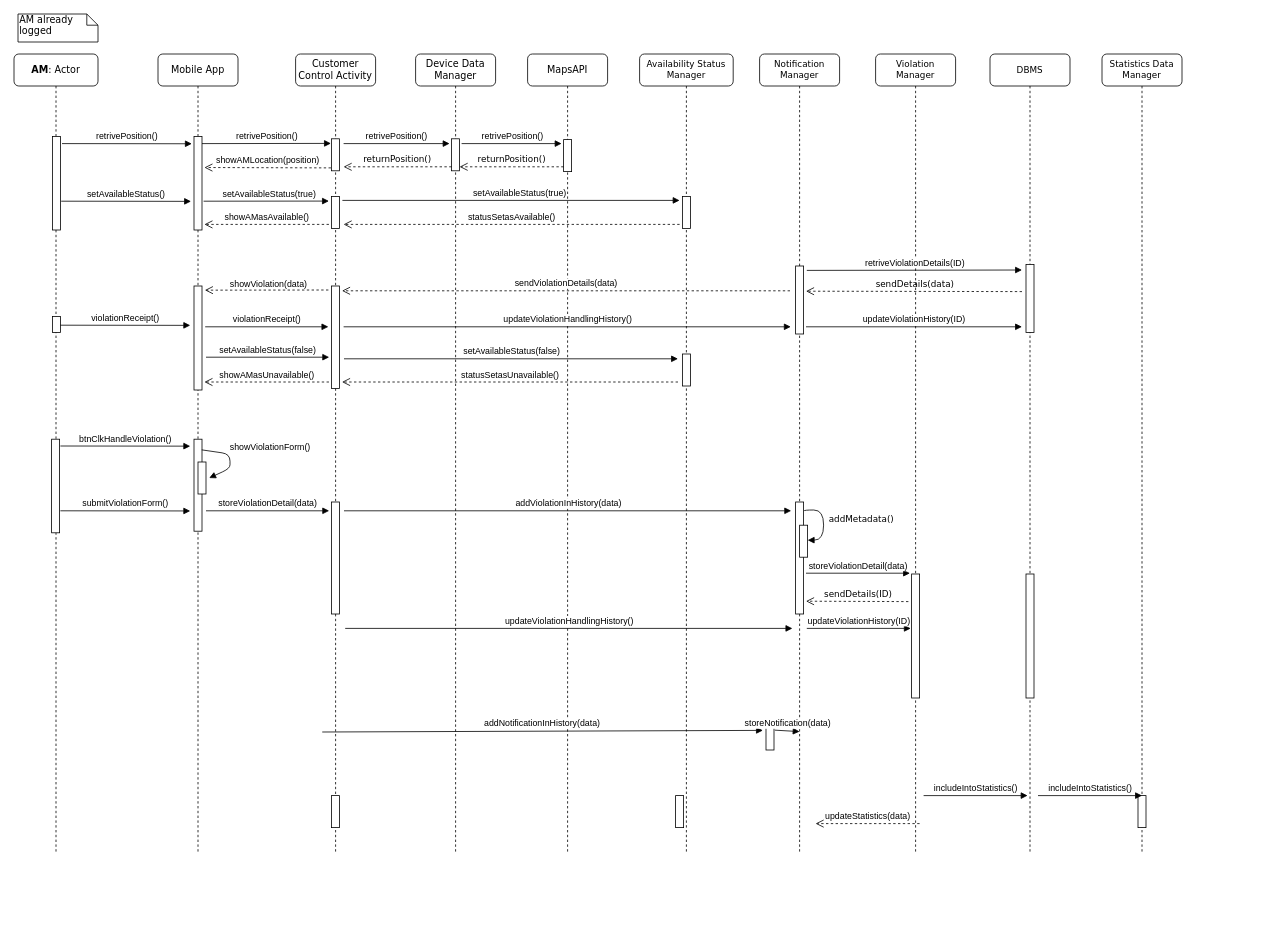
Before: authorityMemberReceiveNotification.drawio in valearm/SafeStreets-Project-SE2, a draw.io diagram. Source tidied: cells renumbered, new cells numbered last; positions are measured from the earlier drawing's top-left corner, leaving out a move shared by most shapes. Both pictures are drawn from the tidied source at 80%, with x=0, y=0 at pixel (14, 14).
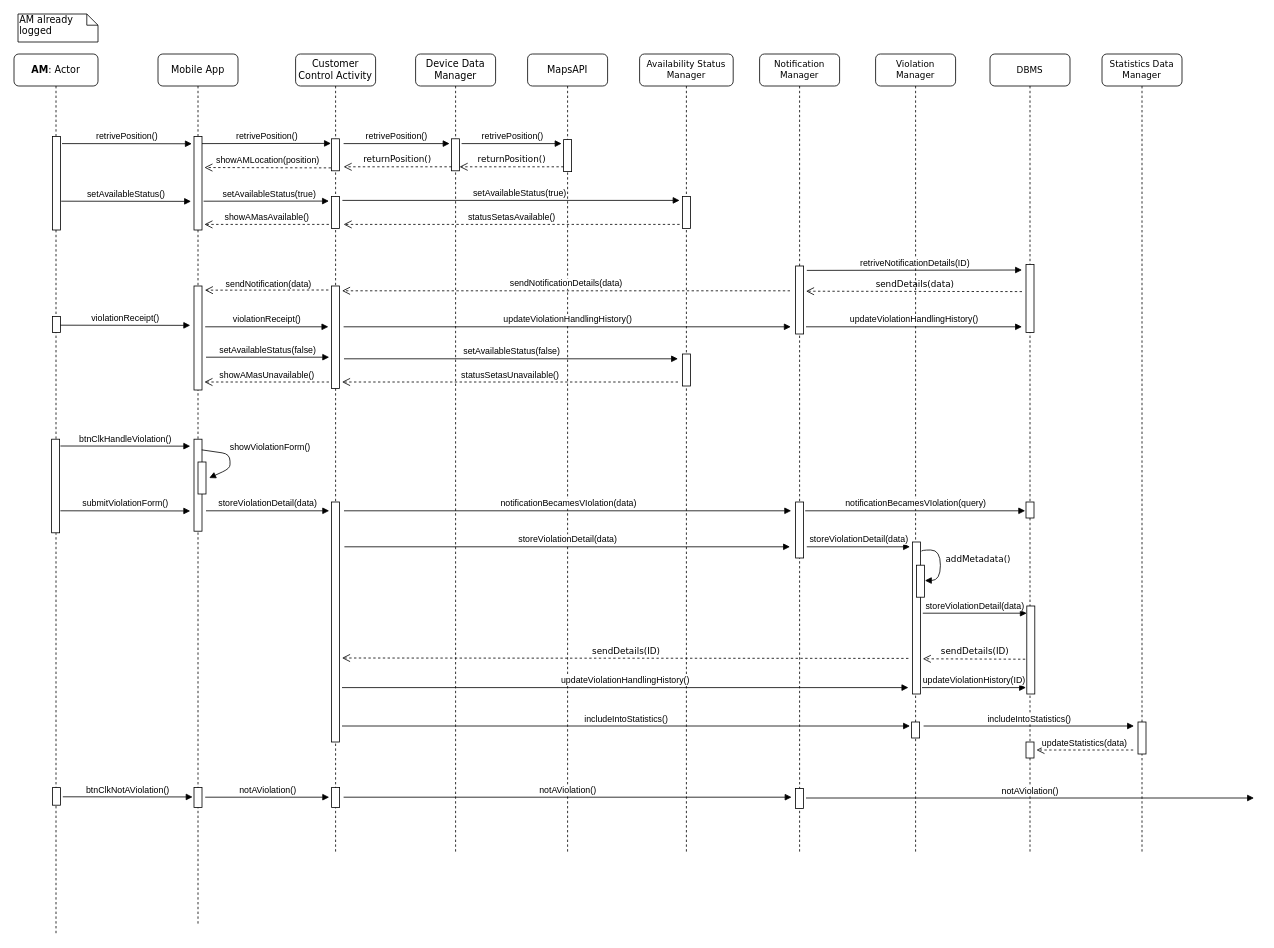
The same diagram, later.

Unchanged cells that the change refers to:
```xml
<mxCell id="2" value="Violation Manager" style="shape=umlLifeline;perimeter=lifelinePerimeter;whiteSpace=wrap;html=1;rounded=1;shadow=0;comic=0;labelBackgroundColor=none;strokeWidth=1;fontFamily=Verdana;fontSize=11;align=center;" parent="1" vertex="1">
  <mxGeometry x="1077" y="50" width="100" height="1000" as="geometry" />
</mxCell>
<mxCell id="14" value="Notification Manager" style="shape=umlLifeline;perimeter=lifelinePerimeter;whiteSpace=wrap;html=1;rounded=1;shadow=0;comic=0;labelBackgroundColor=none;strokeWidth=1;fontFamily=Verdana;fontSize=11;align=center;" parent="1" vertex="1">
  <mxGeometry x="932" y="50" width="100" height="1000" as="geometry" />
</mxCell>
<mxCell id="29" value="Statistics Data Manager" style="shape=umlLifeline;perimeter=lifelinePerimeter;whiteSpace=wrap;html=1;rounded=1;shadow=0;comic=0;labelBackgroundColor=none;strokeWidth=1;fontFamily=Verdana;fontSize=11;align=center;" parent="1" vertex="1">
  <mxGeometry x="1360" y="50" width="100" height="1000" as="geometry" />
</mxCell>
<mxCell id="34" value="Availability Status Manager " style="shape=umlLifeline;perimeter=lifelinePerimeter;whiteSpace=wrap;html=1;rounded=1;shadow=0;comic=0;labelBackgroundColor=none;strokeWidth=1;fontFamily=Verdana;fontSize=11;align=center;" parent="1" vertex="1">
  <mxGeometry x="782" y="50" width="117" height="1000" as="geometry" />
</mxCell>
<mxCell id="38" value="Customer Control Activity" style="shape=umlLifeline;perimeter=lifelinePerimeter;whiteSpace=wrap;html=1;rounded=1;shadow=0;comic=0;labelBackgroundColor=none;strokeWidth=1;fontFamily=Verdana;fontSize=12;align=center;size=40;" parent="1" vertex="1">
  <mxGeometry x="352" y="50" width="100" height="1000" as="geometry" />
</mxCell>
<mxCell id="72" value="DBMS" style="shape=umlLifeline;perimeter=lifelinePerimeter;whiteSpace=wrap;html=1;rounded=1;shadow=0;comic=0;labelBackgroundColor=none;strokeWidth=1;fontFamily=Verdana;fontSize=11;align=center;" parent="1" vertex="1">
  <mxGeometry x="1220" y="50" width="100" height="1000" as="geometry" />
</mxCell>
```

The edit, as a diff of the source:
```diff
@@
     <mxCell id="3" style="html=1;perimeter=orthogonalPerimeter;rounded=0;shadow=0;comic=0;labelBackgroundColor=none;strokeColor=#000000;strokeWidth=1;fillColor=#FFFFFF;fontFamily=Verdana;fontSize=11;fontColor=#000000;align=center;" parent="2" vertex="1">
-      <mxGeometry x="45" y="650" width="10" height="155" as="geometry" />
+      <mxGeometry x="46" y="610" width="10" height="190" as="geometry" />
     </mxCell>
-    <mxCell id="4" value="includeIntoStatistics()" style="html=1;verticalAlign=bottom;endArrow=block;fontSize=11;" parent="2" edge="1">
-      <mxGeometry relative="1" as="geometry">
-        <mxPoint x="60" y="927" as="sourcePoint" />
-        <mxPoint x="190" y="927" as="targetPoint" />
-      </mxGeometry>
-    </mxCell>
     <mxCell id="5" value="Mobile App" style="shape=umlLifeline;perimeter=lifelinePerimeter;whiteSpace=wrap;html=1;rounded=1;shadow=0;comic=0;labelBackgroundColor=none;strokeWidth=1;fontFamily=Verdana;fontSize=12;align=center;" parent="1" vertex="1">
-      <mxGeometry x="180" y="50" width="100" height="1000" as="geometry" />
+      <mxGeometry x="180" y="50" width="100" height="1090" as="geometry" />
     </mxCell>
@@
+    <mxCell id="78" style="html=1;perimeter=orthogonalPerimeter;rounded=0;shadow=0;comic=0;labelBackgroundColor=none;strokeWidth=1;fontFamily=Verdana;fontSize=11;align=center;direction=west;" parent="5" vertex="1">
+      <mxGeometry x="45" y="917" width="10" height="25" as="geometry" />
+    </mxCell>
@@
-    <mxCell id="15" style="html=1;points=[];perimeter=orthogonalPerimeter;rounded=0;shadow=0;comic=0;labelBackgroundColor=none;strokeColor=#000000;strokeWidth=1;fillColor=#FFFFFF;fontFamily=Verdana;fontSize=11;fontColor=#000000;align=center;" parent="14" vertex="1">
-      <mxGeometry x="8" y="840" width="10" height="30" as="geometry" />
-    </mxCell>
@@
     <mxCell id="17" style="html=1;perimeter=orthogonalPerimeter;rounded=0;shadow=0;comic=0;labelBackgroundColor=none;strokeWidth=1;fontFamily=Verdana;fontSize=11;align=center;" parent="14" vertex="1">
-      <mxGeometry x="45" y="560" width="10" height="140" as="geometry" />
+      <mxGeometry x="45" y="560" width="10" height="70" as="geometry" />
     </mxCell>
-    <mxCell id="18" style="html=1;perimeter=orthogonalPerimeter;rounded=0;shadow=0;comic=0;labelBackgroundColor=none;strokeWidth=1;fontFamily=Verdana;fontSize=11;align=center;" parent="14" vertex="1">
-      <mxGeometry x="50" y="589" width="10" height="40" as="geometry" />
-    </mxCell>
-    <mxCell id="19" value="addMetadata()" style="html=1;verticalAlign=bottom;endArrow=block;labelBackgroundColor=none;fontFamily=Verdana;fontSize=11;elbow=vertical;edgeStyle=orthogonalEdgeStyle;curved=1;entryX=1;entryY=0.286;entryPerimeter=0;exitX=1.038;exitY=0.345;exitPerimeter=0;" parent="14" edge="1">
-      <mxGeometry x="0.11" y="47" relative="1" as="geometry">
-        <mxPoint x="55.4" y="571.2" as="sourcePoint" />
-        <mxPoint x="60.1" y="607.7" as="targetPoint" />
-        <Array as="points">
-          <mxPoint x="80" y="570" />
-          <mxPoint x="80" y="608" />
-        </Array>
-      </mxGeometry>
-    </mxCell>
     <mxCell id="20" value="&lt;b&gt;AM&lt;/b&gt;: Actor" style="shape=umlLifeline;perimeter=lifelinePerimeter;whiteSpace=wrap;html=1;rounded=1;shadow=0;comic=0;labelBackgroundColor=none;strokeWidth=1;fontFamily=Verdana;fontSize=12;align=center;" parent="1" vertex="1">
-      <mxGeometry y="50" width="105" height="1000" as="geometry" />
+      <mxGeometry y="50" width="105" height="1100" as="geometry" />
     </mxCell>
@@
+    <mxCell id="79" style="html=1;perimeter=orthogonalPerimeter;rounded=0;shadow=0;comic=0;labelBackgroundColor=none;strokeWidth=1;fontFamily=Verdana;fontSize=11;align=center;" parent="20" vertex="1">
+      <mxGeometry x="48" y="917" width="10" height="22" as="geometry" />
+    </mxCell>
+    <mxCell id="80" value="btnClkNotAViolation()" style="html=1;verticalAlign=bottom;endArrow=block;entryX=-0.272;entryY=0.407;entryDx=0;entryDy=0;entryPerimeter=0;fontSize=11;" parent="20" edge="1">
+      <mxGeometry relative="1" as="geometry">
+        <mxPoint x="61" y="928.5" as="sourcePoint" />
+        <mxPoint x="223.3" y="928.7" as="targetPoint" />
+      </mxGeometry>
+    </mxCell>
@@
-    <mxCell id="30" style="html=1;perimeter=orthogonalPerimeter;rounded=0;shadow=0;comic=0;labelBackgroundColor=none;strokeWidth=1;fontFamily=Verdana;fontSize=11;align=center;" parent="29" vertex="1">
-      <mxGeometry x="45" y="927" width="10" height="40" as="geometry" />
-    </mxCell>
-    <mxCell id="31" value="addNotificationInHistory(data)" style="html=1;verticalAlign=bottom;endArrow=block;fontSize=11;exitX=1.033;exitY=0.149;exitDx=0;exitDy=0;exitPerimeter=0;entryX=-0.383;entryY=0.183;entryDx=0;entryDy=0;entryPerimeter=0;" parent="1" edge="1" target="15">
-      <mxGeometry relative="1" as="geometry">
-        <mxPoint x="385.3" y="897.5" as="sourcePoint" />
-      </mxGeometry>
-    </mxCell>
-    <mxCell id="32" value="storeNotification(data)" style="html=1;verticalAlign=bottom;endArrow=block;fontSize=11;exitX=1.1;exitY=0.173;exitDx=0;exitDy=0;exitPerimeter=0;" parent="1" edge="1" source="15">
-      <mxGeometry relative="1" as="geometry">
-        <mxPoint x="982" y="897" as="targetPoint" />
-      </mxGeometry>
-    </mxCell>
+    <mxCell id="81" style="html=1;perimeter=orthogonalPerimeter;rounded=0;shadow=0;comic=0;labelBackgroundColor=none;strokeWidth=1;fontFamily=Verdana;fontSize=11;align=center;" parent="29" vertex="1">
+      <mxGeometry x="45" y="835" width="10" height="40" as="geometry" />
+    </mxCell>
     <mxCell id="33" value="updateStatistics(data)" style="html=1;verticalAlign=bottom;endArrow=open;dashed=1;endSize=8;fontSize=11;" parent="1" edge="1">
       <mxGeometry relative="1" as="geometry">
-        <mxPoint x="1132" y="1012" as="sourcePoint" />
-        <mxPoint x="1002" y="1012" as="targetPoint" />
+        <mxPoint x="1399" y="920" as="sourcePoint" />
+        <mxPoint x="1278" y="920" as="targetPoint" />
       </mxGeometry>
     </mxCell>
@@
-    <mxCell id="35" style="html=1;perimeter=orthogonalPerimeter;rounded=0;shadow=0;comic=0;labelBackgroundColor=none;strokeWidth=1;fontFamily=Verdana;fontSize=11;align=center;" parent="34" vertex="1">
-      <mxGeometry x="45" y="927" width="10" height="40" as="geometry" />
-    </mxCell>
@@
-    <mxCell id="39" style="html=1;perimeter=orthogonalPerimeter;rounded=0;shadow=0;comic=0;labelBackgroundColor=none;strokeWidth=1;fontFamily=Verdana;fontSize=11;align=center;" parent="38" vertex="1">
-      <mxGeometry x="45" y="927" width="10" height="40" as="geometry" />
-    </mxCell>
@@
     <mxCell id="43" style="html=1;perimeter=orthogonalPerimeter;rounded=0;shadow=0;comic=0;labelBackgroundColor=none;strokeWidth=1;fontFamily=Verdana;fontSize=11;align=center;" parent="38" vertex="1">
-      <mxGeometry x="45" y="560" width="10" height="140" as="geometry" />
+      <mxGeometry x="45" y="560" width="10" height="300" as="geometry" />
     </mxCell>
@@
-    <mxCell id="49" value="sendViolationDetails(data)" style="html=1;verticalAlign=bottom;endArrow=open;dashed=1;endSize=8;entryX=1.5;entryY=0.8;entryDx=0;entryDy=0;entryPerimeter=0;fontSize=11;" parent="1" edge="1">
+    <mxCell id="49" value="sendNotificationDetails(data)" style="html=1;verticalAlign=bottom;endArrow=open;dashed=1;endSize=8;entryX=1.5;entryY=0.8;entryDx=0;entryDy=0;entryPerimeter=0;fontSize=11;" parent="1" edge="1">
       <mxGeometry relative="1" as="geometry">
         <mxPoint x="970" y="346" as="sourcePoint" />
         <mxPoint x="410" y="346" as="targetPoint" />
       </mxGeometry>
     </mxCell>
@@
-    <mxCell id="51" value="showViolation(data)" style="text;html=1;align=center;verticalAlign=middle;fontSize=11;" parent="1" vertex="1">
-      <mxGeometry x="263" y="328" width="110" height="20" as="geometry" />
+    <mxCell id="51" value="sendNotification(data)" style="text;html=1;align=center;verticalAlign=middle;fontSize=11;" parent="1" vertex="1">
+      <mxGeometry x="253" y="328" width="130" height="20" as="geometry" />
     </mxCell>
-    <mxCell id="52" value="retriveViolationDetails(ID)" style="html=1;verticalAlign=bottom;endArrow=block;fontSize=11;" parent="1" edge="1">
+    <mxCell id="52" value="retriveNotificationDetails(ID)" style="html=1;verticalAlign=bottom;endArrow=block;fontSize=11;" parent="1" edge="1">
       <mxGeometry relative="1" as="geometry">
         <mxPoint x="991" y="320.5" as="sourcePoint" />
         <mxPoint x="1260" y="320" as="targetPoint" />
       </mxGeometry>
     </mxCell>
@@
-    <mxCell id="67" value="&lt;div&gt;addViolationInHistory(data)&lt;/div&gt;" style="html=1;verticalAlign=bottom;endArrow=block;fontSize=11;" parent="1" edge="1">
+    <mxCell id="67" value="&lt;div&gt;notificationBecamesVIolation(data)&lt;/div&gt;" style="html=1;verticalAlign=bottom;endArrow=block;fontSize=11;" parent="1" edge="1">
       <mxGeometry relative="1" as="geometry">
         <mxPoint x="412.5" y="621" as="sourcePoint" />
         <mxPoint x="971.5" y="621" as="targetPoint" />
       </mxGeometry>
     </mxCell>
-    <mxCell id="68" value="storeViolationDetail(data)" style="html=1;verticalAlign=bottom;endArrow=block;fontSize=11;" parent="1" edge="1">
-      <mxGeometry relative="1" as="geometry">
-        <mxPoint x="990" y="699" as="sourcePoint" />
-        <mxPoint x="1120" y="699" as="targetPoint" />
-      </mxGeometry>
-    </mxCell>
     <mxCell id="69" value="updateViolationHandlingHistory()" style="html=1;verticalAlign=bottom;endArrow=block;fontSize=11;" parent="1" edge="1">
       <mxGeometry relative="1" as="geometry">
-        <mxPoint x="414" y="768" as="sourcePoint" />
-        <mxPoint x="973" y="768" as="targetPoint" />
+        <mxPoint x="410" y="842" as="sourcePoint" />
+        <mxPoint x="1118" y="842" as="targetPoint" />
       </mxGeometry>
     </mxCell>
-    <mxCell id="70" value="updateViolationHistory(ID)" style="html=1;verticalAlign=bottom;endArrow=block;fontSize=11;" parent="1" edge="1">
-      <mxGeometry relative="1" as="geometry">
-        <mxPoint x="991" y="768" as="sourcePoint" />
-        <mxPoint x="1121" y="768" as="targetPoint" />
-      </mxGeometry>
-    </mxCell>
-    <mxCell id="71" value="sendDetails(ID)" style="html=1;verticalAlign=bottom;endArrow=open;dashed=1;endSize=8;labelBackgroundColor=none;fontFamily=Verdana;fontSize=11;edgeStyle=elbowEdgeStyle;elbow=vertical;" parent="1" edge="1">
-      <mxGeometry relative="1" as="geometry">
-        <mxPoint x="1118" y="734.5" as="sourcePoint" />
-        <mxPoint x="990" y="734" as="targetPoint" />
-        <Array as="points">
-          <mxPoint x="1065" y="734" />
-          <mxPoint x="1095" y="734" />
-        </Array>
-      </mxGeometry>
-    </mxCell>
@@
     <mxCell id="73" style="html=1;perimeter=orthogonalPerimeter;rounded=0;shadow=0;comic=0;labelBackgroundColor=none;strokeColor=#000000;strokeWidth=1;fillColor=#FFFFFF;fontFamily=Verdana;fontSize=11;fontColor=#000000;align=center;" parent="72" vertex="1">
-      <mxGeometry x="45" y="650" width="10" height="155" as="geometry" />
+      <mxGeometry x="46" y="690" width="10" height="110" as="geometry" />
     </mxCell>
     <mxCell id="74" value="includeIntoStatistics()" style="html=1;verticalAlign=bottom;endArrow=block;fontSize=11;" parent="72" edge="1">
       <mxGeometry relative="1" as="geometry">
-        <mxPoint x="60" y="927" as="sourcePoint" />
-        <mxPoint x="190" y="927" as="targetPoint" />
+        <mxPoint x="-83" y="840" as="sourcePoint" />
+        <mxPoint x="180" y="840" as="targetPoint" />
       </mxGeometry>
     </mxCell>
@@
+    <mxCell id="82" style="html=1;perimeter=orthogonalPerimeter;rounded=0;shadow=0;comic=0;labelBackgroundColor=none;strokeWidth=1;fontFamily=Verdana;fontSize=11;align=center;" parent="72" vertex="1">
+      <mxGeometry x="45" y="860" width="10" height="20" as="geometry" />
+    </mxCell>
@@
-    <mxCell id="77" value="updateViolationHistory(ID)" style="html=1;verticalAlign=bottom;endArrow=block;fontSize=11;" parent="1" edge="1">
+    <mxCell id="77" value="updateViolationHandlingHistory()" style="html=1;verticalAlign=bottom;endArrow=block;fontSize=11;" parent="1" edge="1">
       <mxGeometry relative="1" as="geometry">
         <mxPoint x="990" y="391" as="sourcePoint" />
         <mxPoint x="1260" y="391" as="targetPoint" />
       </mxGeometry>
     </mxCell>
+    <mxCell id="83" style="html=1;perimeter=orthogonalPerimeter;rounded=0;shadow=0;comic=0;labelBackgroundColor=none;strokeWidth=1;fontFamily=Verdana;fontSize=11;align=center;" parent="1" vertex="1">
+      <mxGeometry x="1128" y="689" width="10" height="40" as="geometry" />
+    </mxCell>
+    <mxCell id="19" value="addMetadata()" style="html=1;verticalAlign=bottom;endArrow=block;labelBackgroundColor=none;fontFamily=Verdana;fontSize=11;elbow=vertical;edgeStyle=orthogonalEdgeStyle;curved=1;entryX=1;entryY=0.286;entryPerimeter=0;exitX=1.038;exitY=0.345;exitPerimeter=0;" parent="1" edge="1">
+      <mxGeometry x="0.11" y="47" relative="1" as="geometry">
+        <mxPoint x="1133.9" y="671.8" as="sourcePoint" />
+        <mxPoint x="1138.6" y="708.2" as="targetPoint" />
+        <Array as="points">
+          <mxPoint x="1158" y="670" />
+          <mxPoint x="1158" y="708" />
+        </Array>
+      </mxGeometry>
+    </mxCell>
+    <mxCell id="84" value="storeViolationDetail(data)" style="html=1;verticalAlign=bottom;endArrow=block;fontSize=11;" parent="1" edge="1">
+      <mxGeometry relative="1" as="geometry">
+        <mxPoint x="1136" y="749" as="sourcePoint" />
+        <mxPoint x="1266" y="749" as="targetPoint" />
+      </mxGeometry>
+    </mxCell>
+    <mxCell id="70" value="updateViolationHistory(ID)" style="html=1;verticalAlign=bottom;endArrow=block;fontSize=11;" parent="1" edge="1">
+      <mxGeometry relative="1" as="geometry">
+        <mxPoint x="1135" y="842" as="sourcePoint" />
+        <mxPoint x="1265" y="842" as="targetPoint" />
+      </mxGeometry>
+    </mxCell>
+    <mxCell id="85" value="sendDetails(ID)" style="html=1;verticalAlign=bottom;endArrow=open;dashed=1;endSize=8;labelBackgroundColor=none;fontFamily=Verdana;fontSize=11;edgeStyle=elbowEdgeStyle;elbow=vertical;" parent="1" edge="1">
+      <mxGeometry relative="1" as="geometry">
+        <mxPoint x="1264" y="806.5" as="sourcePoint" />
+        <mxPoint x="1136" y="806" as="targetPoint" />
+        <Array as="points">
+          <mxPoint x="1211" y="806" />
+          <mxPoint x="1241" y="806" />
+        </Array>
+      </mxGeometry>
+    </mxCell>
+    <mxCell id="86" style="html=1;perimeter=orthogonalPerimeter;rounded=0;shadow=0;comic=0;labelBackgroundColor=none;strokeWidth=1;fontFamily=Verdana;fontSize=11;align=center;" parent="1" vertex="1">
+      <mxGeometry x="1265" y="610" width="10" height="20" as="geometry" />
+    </mxCell>
+    <mxCell id="87" value="&lt;div&gt;notificationBecamesVIolation(query)&lt;/div&gt;" style="html=1;verticalAlign=bottom;endArrow=block;fontSize=11;" parent="1" edge="1">
+      <mxGeometry relative="1" as="geometry">
+        <mxPoint x="989" y="621" as="sourcePoint" />
+        <mxPoint x="1264" y="621" as="targetPoint" />
+      </mxGeometry>
+    </mxCell>
+    <mxCell id="88" value="storeViolationDetail(data)" style="html=1;verticalAlign=bottom;endArrow=block;fontSize=11;" parent="1" edge="1">
+      <mxGeometry relative="1" as="geometry">
+        <mxPoint x="413" y="666" as="sourcePoint" />
+        <mxPoint x="970" y="666" as="targetPoint" />
+      </mxGeometry>
+    </mxCell>
+    <mxCell id="89" value="storeViolationDetail(data)" style="html=1;verticalAlign=bottom;endArrow=block;fontSize=11;" parent="1" edge="1">
+      <mxGeometry relative="1" as="geometry">
+        <mxPoint x="991" y="666" as="sourcePoint" />
+        <mxPoint x="1120" y="666" as="targetPoint" />
+      </mxGeometry>
+    </mxCell>
+    <mxCell id="90" value="sendDetails(ID)" style="html=1;verticalAlign=bottom;endArrow=open;dashed=1;endSize=8;labelBackgroundColor=none;fontFamily=Verdana;fontSize=11;edgeStyle=elbowEdgeStyle;elbow=vertical;" parent="1" edge="1">
+      <mxGeometry relative="1" as="geometry">
+        <mxPoint x="1118" y="805.5" as="sourcePoint" />
+        <mxPoint x="410" y="805" as="targetPoint" />
+        <Array as="points">
+          <mxPoint x="1065" y="805" />
+          <mxPoint x="1095" y="805" />
+        </Array>
+      </mxGeometry>
+    </mxCell>
+    <mxCell id="4" value="includeIntoStatistics()" style="html=1;verticalAlign=bottom;endArrow=block;fontSize=11;" parent="1" edge="1">
+      <mxGeometry relative="1" as="geometry">
+        <mxPoint x="410" y="890" as="sourcePoint" />
+        <mxPoint x="1120" y="890" as="targetPoint" />
+      </mxGeometry>
+    </mxCell>
+    <mxCell id="91" style="html=1;perimeter=orthogonalPerimeter;rounded=0;shadow=0;comic=0;labelBackgroundColor=none;strokeWidth=1;fontFamily=Verdana;fontSize=11;align=center;" parent="1" vertex="1">
+      <mxGeometry x="1122" y="885" width="10" height="20" as="geometry" />
+    </mxCell>
+    <mxCell id="92" value="notAViolation()" style="html=1;verticalAlign=bottom;endArrow=block;fontSize=11;" parent="1" edge="1">
+      <mxGeometry relative="1" as="geometry">
+        <mxPoint x="239" y="979" as="sourcePoint" />
+        <mxPoint x="394" y="979" as="targetPoint" />
+      </mxGeometry>
+    </mxCell>
+    <mxCell id="93" style="html=1;perimeter=orthogonalPerimeter;rounded=0;shadow=0;comic=0;labelBackgroundColor=none;strokeWidth=1;fontFamily=Verdana;fontSize=11;align=center;direction=west;" parent="1" vertex="1">
+      <mxGeometry x="397" y="967" width="10" height="25" as="geometry" />
+    </mxCell>
+    <mxCell id="94" value="notAViolation()" style="html=1;verticalAlign=bottom;endArrow=block;fontSize=11;" parent="1" edge="1">
+      <mxGeometry relative="1" as="geometry">
+        <mxPoint x="412" y="979" as="sourcePoint" />
+        <mxPoint x="972" y="979" as="targetPoint" />
+      </mxGeometry>
+    </mxCell>
+    <mxCell id="95" style="html=1;perimeter=orthogonalPerimeter;rounded=0;shadow=0;comic=0;labelBackgroundColor=none;strokeWidth=1;fontFamily=Verdana;fontSize=11;align=center;direction=west;" parent="1" vertex="1">
+      <mxGeometry x="977" y="968" width="10" height="25" as="geometry" />
+    </mxCell>
+    <mxCell id="96" value="notAViolation()" style="html=1;verticalAlign=bottom;endArrow=block;fontSize=11;" parent="1" edge="1">
+      <mxGeometry relative="1" as="geometry">
+        <mxPoint x="990" y="980" as="sourcePoint" />
+        <mxPoint x="1550" y="980" as="targetPoint" />
+      </mxGeometry>
+    </mxCell>
```
